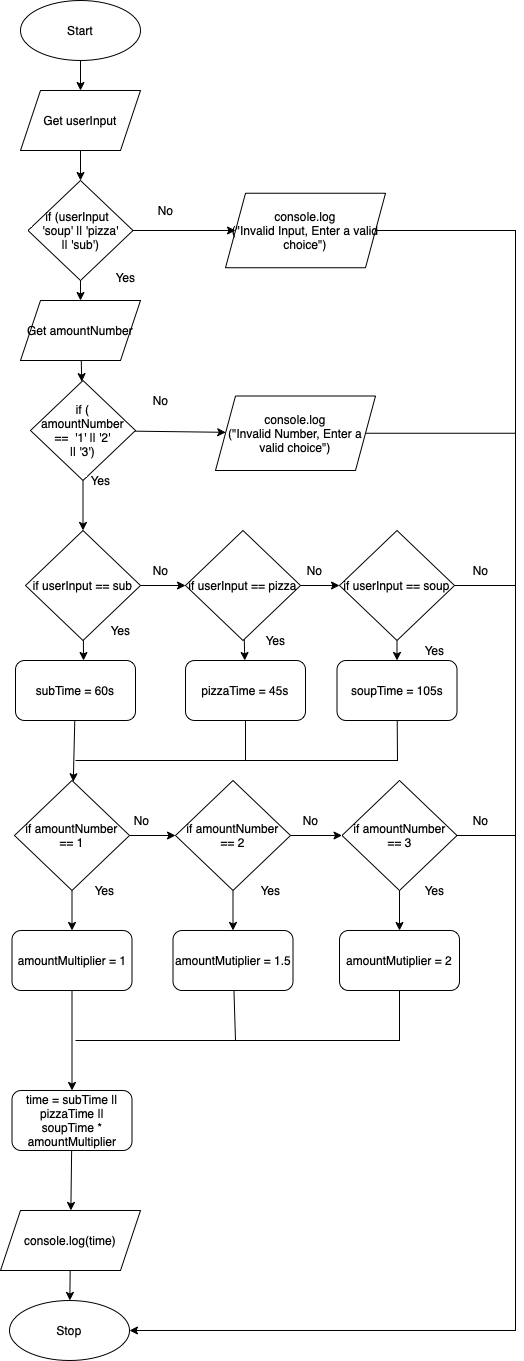
The draw.io diagram Drawio/Flowchart.png in JacksonNaufal/ics4u-unit1-04-typescript, before a commit. Source tidied: cells renumbered, new cells last; positions are measured from the earlier drawing's top-left corner, leaving out a move shared by most shapes.
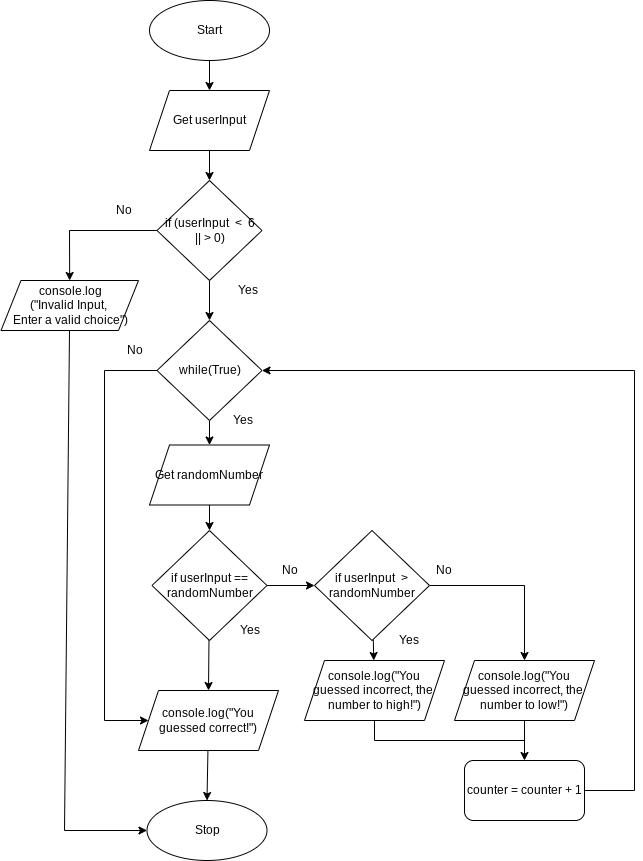
After the commit.

Diff of the diagram source:
```diff
@@ -9,7 +9,7 @@
       <mxGeometry x="20" width="120" height="60" as="geometry" />
     </mxCell>
     <mxCell id="4" value="Stop" style="ellipse;whiteSpace=wrap;html=1;" parent="1" vertex="1">
-      <mxGeometry x="9" y="1300" width="120" height="60" as="geometry" />
+      <mxGeometry x="17.5" y="800" width="120" height="60" as="geometry" />
     </mxCell>
     <mxCell id="5" style="edgeStyle=none;html=1;" parent="1" edge="1" source="6" target="11">
       <mxGeometry relative="1" as="geometry" />
@@ -17,125 +17,71 @@
     <mxCell id="6" value="Get userInput" style="shape=parallelogram;perimeter=parallelogramPerimeter;whiteSpace=wrap;html=1;fixedSize=1;" parent="1" vertex="1">
       <mxGeometry x="20" y="90" width="120" height="60" as="geometry" />
     </mxCell>
-    <mxCell id="7" style="edgeStyle=none;html=1;" parent="1" edge="1" source="8" target="4">
-      <mxGeometry relative="1" as="geometry" />
-    </mxCell>
-    <mxCell id="8" value="console.log(time)" style="shape=parallelogram;perimeter=parallelogramPerimeter;whiteSpace=wrap;html=1;fixedSize=1;" parent="1" vertex="1">
-      <mxGeometry y="1210" width="140" height="60" as="geometry" />
-    </mxCell>
+    <mxCell id="69" style="edgeStyle=none;html=1;entryX=0.5;entryY=0;entryDx=0;entryDy=0;" parent="1" edge="1" source="11" target="25">
+      <mxGeometry relative="1" as="geometry" />
+    </mxCell>
-    <mxCell id="9" style="edgeStyle=none;rounded=0;html=1;fontSize=10;" parent="1" edge="1" source="11" target="16">
-      <mxGeometry relative="1" as="geometry" />
+    <mxCell id="9" style="edgeStyle=none;rounded=0;html=1;" parent="1" edge="1" source="11" target="16">
+      <mxGeometry relative="1" as="geometry">
+        <Array as="points">
+          <mxPoint x="-60" y="230" />
+        </Array>
+      </mxGeometry>
     </mxCell>
-    <mxCell id="10" style="edgeStyle=none;html=1;" parent="1" edge="1" source="11" target="22">
-      <mxGeometry relative="1" as="geometry" />
-    </mxCell>
-    <mxCell id="11" value="if (userInput&amp;nbsp; &lt;br&gt;'soup' || 'pizza'&lt;br&gt;|| 'sub')" style="rhombus;whiteSpace=wrap;html=1;" parent="1" vertex="1">
+    <mxCell id="11" value="if (userInput&amp;nbsp; &amp;lt;&amp;nbsp; 6&lt;br&gt;|| &amp;gt; 0)" style="rhombus;whiteSpace=wrap;html=1;" parent="1" vertex="1">
       <mxGeometry x="27.5" y="180" width="105" height="100" as="geometry" />
     </mxCell>
     <mxCell id="12" style="edgeStyle=none;html=1;" parent="1" edge="1" source="14" target="32">
       <mxGeometry relative="1" as="geometry" />
     </mxCell>
-    <mxCell id="13" style="edgeStyle=none;html=1;entryX=0.567;entryY=0;entryDx=0;entryDy=0;entryPerimeter=0;" parent="1" edge="1" source="14" target="18">
-      <mxGeometry relative="1" as="geometry" />
-    </mxCell>
+    <mxCell id="70" style="edgeStyle=none;html=1;entryX=0.5;entryY=0;entryDx=0;entryDy=0;" parent="1" edge="1" source="14" target="78">
+      <mxGeometry relative="1" as="geometry" />
+    </mxCell>
-    <mxCell id="14" value="if userInput == sub" style="rhombus;whiteSpace=wrap;html=1;" parent="1" vertex="1">
-      <mxGeometry x="25" y="530" width="115" height="110" as="geometry" />
+    <mxCell id="14" value="if userInput == randomNumber" style="rhombus;whiteSpace=wrap;html=1;" parent="1" vertex="1">
+      <mxGeometry x="22.5" y="530" width="115" height="110" as="geometry" />
     </mxCell>
-    <mxCell id="15" style="edgeStyle=none;rounded=0;html=1;entryX=1;entryY=0.5;entryDx=0;entryDy=0;fontSize=10;" parent="1" edge="1" source="16" target="4">
+    <mxCell id="15" style="edgeStyle=none;rounded=0;html=1;entryX=0;entryY=0.5;entryDx=0;entryDy=0;endArrow=classic;endFill=1;" parent="1" edge="1" source="16" target="4">
       <mxGeometry relative="1" as="geometry">
         <Array as="points">
-          <mxPoint x="515" y="230" />
-          <mxPoint x="515" y="370" />
-          <mxPoint x="515" y="1330" />
+          <mxPoint x="-65" y="830" />
         </Array>
       </mxGeometry>
     </mxCell>
-    <mxCell id="16" value="console.log&lt;br&gt;(&quot;Invalid Input, Enter a valid choice&quot;)" style="shape=parallelogram;perimeter=parallelogramPerimeter;whiteSpace=wrap;html=1;fixedSize=1;" parent="1" vertex="1">
-      <mxGeometry x="225" y="192.8" width="160" height="74.5" as="geometry" />
+    <mxCell id="16" value="console.log&lt;br&gt;(&quot;Invalid Input, &lt;br&gt;Enter a valid choice&quot;)" style="shape=parallelogram;perimeter=parallelogramPerimeter;whiteSpace=wrap;html=1;fixedSize=1;" parent="1" vertex="1">
+      <mxGeometry x="-128.5" y="280" width="137.5" height="50" as="geometry" />
     </mxCell>
-    <mxCell id="17" style="edgeStyle=none;html=1;" parent="1" edge="1" source="18" target="47">
-      <mxGeometry relative="1" as="geometry" />
-    </mxCell>
-    <mxCell id="18" value="subTime = 60s" style="rounded=1;whiteSpace=wrap;html=1;" parent="1" vertex="1">
-      <mxGeometry x="15" y="660" width="120" height="60" as="geometry" />
-    </mxCell>
     <mxCell id="19" value="&lt;span style=&quot;font-size: 12px&quot;&gt;No&lt;/span&gt;" style="text;html=1;align=center;verticalAlign=middle;strokeColor=none;fillColor=none;fontSize=10;" parent="1" vertex="1">
-      <mxGeometry x="150" y="200" width="30" height="20" as="geometry" />
+      <mxGeometry x="-21" y="200" width="30" height="20" as="geometry" />
     </mxCell>
-    <mxCell id="20" value="&lt;font style=&quot;font-size: 12px&quot;&gt;Yes&lt;/font&gt;" style="text;html=1;align=center;verticalAlign=middle;strokeColor=none;fillColor=none;fontSize=10;" parent="1" vertex="1">
-      <mxGeometry x="80" y="470" width="40" height="20" as="geometry" />
-    </mxCell>
-    <mxCell id="21" style="edgeStyle=none;html=1;" parent="1" edge="1" source="22" target="25">
-      <mxGeometry relative="1" as="geometry" />
-    </mxCell>
-    <mxCell id="22" value="Get amountNumber" style="shape=parallelogram;perimeter=parallelogramPerimeter;whiteSpace=wrap;html=1;fixedSize=1;" parent="1" vertex="1">
-      <mxGeometry x="20" y="300" width="120" height="60" as="geometry" />
-    </mxCell>
-    <mxCell id="23" style="edgeStyle=none;html=1;" parent="1" edge="1" source="25" target="28">
-      <mxGeometry relative="1" as="geometry" />
-    </mxCell>
-    <mxCell id="24" style="edgeStyle=none;html=1;entryX=0.5;entryY=0;entryDx=0;entryDy=0;endArrow=classic;endFill=1;" parent="1" edge="1" source="25" target="14">
-      <mxGeometry relative="1" as="geometry" />
-    </mxCell>
+    <mxCell id="71" style="edgeStyle=none;html=1;" parent="1" edge="1" source="25" target="76">
+      <mxGeometry relative="1" as="geometry" />
+    </mxCell>
+    <mxCell id="72" style="edgeStyle=none;rounded=0;html=1;entryX=0;entryY=0.5;entryDx=0;entryDy=0;endArrow=classic;endFill=1;" parent="1" edge="1" source="25" target="78">
+      <mxGeometry relative="1" as="geometry">
+        <Array as="points">
+          <mxPoint x="-25" y="370" />
+          <mxPoint x="-25" y="720" />
+        </Array>
+      </mxGeometry>
+    </mxCell>
-    <mxCell id="25" value="if (&lt;br&gt;amountNumber&lt;br&gt;==&amp;nbsp; '1' || '2'&lt;br&gt;|| '3')" style="rhombus;whiteSpace=wrap;html=1;" parent="1" vertex="1">
-      <mxGeometry x="30" y="380" width="105" height="100" as="geometry" />
+    <mxCell id="25" value="while(True)" style="rhombus;whiteSpace=wrap;html=1;" parent="1" vertex="1">
+      <mxGeometry x="27.5" y="320" width="105" height="100" as="geometry" />
     </mxCell>
-    <mxCell id="26" value="&lt;span style=&quot;font-size: 12px&quot;&gt;No&lt;/span&gt;" style="text;html=1;align=center;verticalAlign=middle;strokeColor=none;fillColor=none;fontSize=10;" parent="1" vertex="1">
-      <mxGeometry x="145" y="390" width="30" height="20" as="geometry" />
-    </mxCell>
-    <mxCell id="27" style="edgeStyle=none;html=1;endArrow=none;endFill=0;" parent="1" edge="1" source="28">
-      <mxGeometry relative="1" as="geometry">
-        <mxPoint x="515" y="432.8" as="targetPoint" />
-      </mxGeometry>
-    </mxCell>
-    <mxCell id="28" value="console.log&lt;br&gt;(&quot;Invalid Number, Enter a valid choice&quot;)" style="shape=parallelogram;perimeter=parallelogramPerimeter;whiteSpace=wrap;html=1;fixedSize=1;" parent="1" vertex="1">
-      <mxGeometry x="215" y="395.5" width="160" height="74.5" as="geometry" />
-    </mxCell>
     <mxCell id="29" value="&lt;font style=&quot;font-size: 12px&quot;&gt;Yes&lt;/font&gt;" style="text;html=1;align=center;verticalAlign=middle;strokeColor=none;fillColor=none;fontSize=10;" parent="1" vertex="1">
-      <mxGeometry x="105" y="267.2" width="40" height="20" as="geometry" />
+      <mxGeometry x="92.5" y="410" width="40" height="20" as="geometry" />
     </mxCell>
-    <mxCell id="30" style="edgeStyle=none;html=1;" parent="1" edge="1" source="32" target="39">
-      <mxGeometry relative="1" as="geometry" />
-    </mxCell>
-    <mxCell id="31" style="edgeStyle=none;html=1;" parent="1" edge="1" source="32" target="34">
-      <mxGeometry relative="1" as="geometry" />
-    </mxCell>
+    <mxCell id="73" style="edgeStyle=none;html=1;entryX=0.5;entryY=0;entryDx=0;entryDy=0;rounded=0;" parent="1" edge="1" source="32" target="80">
+      <mxGeometry relative="1" as="geometry">
+        <Array as="points">
+          <mxPoint x="395" y="585" />
+        </Array>
+      </mxGeometry>
+    </mxCell>
+    <mxCell id="74" style="edgeStyle=none;rounded=0;html=1;" parent="1" edge="1" source="32" target="82">
+      <mxGeometry relative="1" as="geometry" />
+    </mxCell>
-    <mxCell id="32" value="if userInput == pizza" style="rhombus;whiteSpace=wrap;html=1;" parent="1" vertex="1">
+    <mxCell id="32" value="if userInput&amp;nbsp; &amp;gt; randomNumber" style="rhombus;whiteSpace=wrap;html=1;" parent="1" vertex="1">
       <mxGeometry x="185" y="530" width="115" height="110" as="geometry" />
     </mxCell>
-    <mxCell id="33" style="edgeStyle=none;html=1;rounded=0;endArrow=none;endFill=0;" parent="1" edge="1" source="34">
-      <mxGeometry relative="1" as="geometry">
-        <mxPoint x="75" y="760" as="targetPoint" />
-        <Array as="points">
-          <mxPoint x="245" y="760" />
-        </Array>
-      </mxGeometry>
-    </mxCell>
-    <mxCell id="34" value="pizzaTime = 45s" style="rounded=1;whiteSpace=wrap;html=1;" parent="1" vertex="1">
-      <mxGeometry x="185" y="660" width="120" height="60" as="geometry" />
-    </mxCell>
-    <mxCell id="35" style="edgeStyle=none;html=1;rounded=0;endArrow=none;endFill=0;" parent="1" edge="1" source="36">
-      <mxGeometry relative="1" as="geometry">
-        <mxPoint x="245" y="760" as="targetPoint" />
-        <Array as="points">
-          <mxPoint x="397" y="760" />
-        </Array>
-      </mxGeometry>
-    </mxCell>
-    <mxCell id="36" value="soupTime = 105s" style="rounded=1;whiteSpace=wrap;html=1;" parent="1" vertex="1">
-      <mxGeometry x="336.5" y="660" width="120" height="60" as="geometry" />
-    </mxCell>
-    <mxCell id="37" style="edgeStyle=none;html=1;" parent="1" edge="1" source="39" target="36">
-      <mxGeometry relative="1" as="geometry" />
-    </mxCell>
-    <mxCell id="38" style="edgeStyle=none;rounded=0;html=1;endArrow=none;endFill=0;" parent="1" edge="1" source="39">
-      <mxGeometry relative="1" as="geometry">
-        <mxPoint x="515" y="585" as="targetPoint" />
-      </mxGeometry>
-    </mxCell>
-    <mxCell id="39" value="if userInput == soup" style="rhombus;whiteSpace=wrap;html=1;" parent="1" vertex="1">
-      <mxGeometry x="339" y="530" width="115" height="110" as="geometry" />
-    </mxCell>
     <mxCell id="40" value="&lt;font style=&quot;font-size: 12px&quot;&gt;Yes&lt;/font&gt;" style="text;html=1;align=center;verticalAlign=middle;strokeColor=none;fillColor=none;fontSize=10;" parent="1" vertex="1">
       <mxGeometry x="100" y="620" width="40" height="20" as="geometry" />
     </mxCell>
@@ -146,94 +92,53 @@
       <mxGeometry x="299" y="560" width="30" height="20" as="geometry" />
     </mxCell>
     <mxCell id="43" value="&lt;font style=&quot;font-size: 12px&quot;&gt;Yes&lt;/font&gt;" style="text;html=1;align=center;verticalAlign=middle;strokeColor=none;fillColor=none;fontSize=10;" parent="1" vertex="1">
-      <mxGeometry x="255" y="630" width="40" height="20" as="geometry" />
+      <mxGeometry x="259" y="630" width="40" height="20" as="geometry" />
     </mxCell>
-    <mxCell id="44" value="&lt;font style=&quot;font-size: 12px&quot;&gt;Yes&lt;/font&gt;" style="text;html=1;align=center;verticalAlign=middle;strokeColor=none;fillColor=none;fontSize=10;" parent="1" vertex="1">
-      <mxGeometry x="414" y="640" width="40" height="20" as="geometry" />
-    </mxCell>
-    <mxCell id="45" style="edgeStyle=none;rounded=0;html=1;endArrow=classic;endFill=1;" parent="1" edge="1" source="47" target="50">
-      <mxGeometry relative="1" as="geometry" />
-    </mxCell>
-    <mxCell id="46" style="edgeStyle=none;rounded=0;html=1;endArrow=classic;endFill=1;" parent="1" edge="1" source="47" target="61">
-      <mxGeometry relative="1" as="geometry" />
-    </mxCell>
-    <mxCell id="47" value="if amountNumber &lt;br&gt;== 1" style="rhombus;whiteSpace=wrap;html=1;" parent="1" vertex="1">
-      <mxGeometry x="14" y="780" width="115" height="110" as="geometry" />
-    </mxCell>
-    <mxCell id="48" style="edgeStyle=none;rounded=0;html=1;endArrow=classic;endFill=1;" parent="1" edge="1" source="50" target="53">
-      <mxGeometry relative="1" as="geometry" />
-    </mxCell>
-    <mxCell id="49" style="edgeStyle=none;rounded=0;html=1;endArrow=classic;endFill=1;" parent="1" edge="1" source="50" target="63">
-      <mxGeometry relative="1" as="geometry" />
-    </mxCell>
-    <mxCell id="50" value="if amountNumber &lt;br&gt;== 2" style="rhombus;whiteSpace=wrap;html=1;" parent="1" vertex="1">
-      <mxGeometry x="175" y="780" width="115" height="110" as="geometry" />
-    </mxCell>
-    <mxCell id="51" style="edgeStyle=none;rounded=0;html=1;endArrow=none;endFill=0;" parent="1" edge="1" source="53">
-      <mxGeometry relative="1" as="geometry">
-        <mxPoint x="515" y="835" as="targetPoint" />
-      </mxGeometry>
-    </mxCell>
-    <mxCell id="52" style="edgeStyle=none;rounded=0;html=1;endArrow=classic;endFill=1;" parent="1" edge="1" source="53" target="65">
-      <mxGeometry relative="1" as="geometry" />
-    </mxCell>
-    <mxCell id="53" value="if amountNumber &lt;br&gt;== 3" style="rhombus;whiteSpace=wrap;html=1;" parent="1" vertex="1">
-      <mxGeometry x="341.5" y="780" width="115" height="110" as="geometry" />
-    </mxCell>
-    <mxCell id="54" value="&lt;font style=&quot;font-size: 12px&quot;&gt;Yes&lt;/font&gt;" style="text;html=1;align=center;verticalAlign=middle;strokeColor=none;fillColor=none;fontSize=10;" parent="1" vertex="1">
-      <mxGeometry x="84" y="880" width="40" height="20" as="geometry" />
-    </mxCell>
-    <mxCell id="55" value="&lt;font style=&quot;font-size: 12px&quot;&gt;Yes&lt;/font&gt;" style="text;html=1;align=center;verticalAlign=middle;strokeColor=none;fillColor=none;fontSize=10;" parent="1" vertex="1">
-      <mxGeometry x="250" y="880" width="40" height="20" as="geometry" />
-    </mxCell>
-    <mxCell id="56" value="&lt;font style=&quot;font-size: 12px&quot;&gt;Yes&lt;/font&gt;" style="text;html=1;align=center;verticalAlign=middle;strokeColor=none;fillColor=none;fontSize=10;" parent="1" vertex="1">
-      <mxGeometry x="414" y="880" width="40" height="20" as="geometry" />
-    </mxCell>
-    <mxCell id="57" value="&lt;span style=&quot;font-size: 12px&quot;&gt;No&lt;/span&gt;" style="text;html=1;align=center;verticalAlign=middle;strokeColor=none;fillColor=none;fontSize=10;" parent="1" vertex="1">
-      <mxGeometry x="126.2" y="810" width="30" height="20" as="geometry" />
-    </mxCell>
-    <mxCell id="58" value="&lt;span style=&quot;font-size: 12px&quot;&gt;No&lt;/span&gt;" style="text;html=1;align=center;verticalAlign=middle;strokeColor=none;fillColor=none;fontSize=10;" parent="1" vertex="1">
-      <mxGeometry x="295" y="810" width="30" height="20" as="geometry" />
-    </mxCell>
-    <mxCell id="59" value="&lt;span style=&quot;font-size: 12px&quot;&gt;No&lt;/span&gt;" style="text;html=1;align=center;verticalAlign=middle;strokeColor=none;fillColor=none;fontSize=10;" parent="1" vertex="1">
-      <mxGeometry x="465" y="810" width="30" height="20" as="geometry" />
-    </mxCell>
-    <mxCell id="60" style="edgeStyle=none;rounded=0;html=1;endArrow=classic;endFill=1;" parent="1" edge="1" source="61" target="67">
-      <mxGeometry relative="1" as="geometry" />
-    </mxCell>
-    <mxCell id="61" value="amountMultiplier = 1" style="rounded=1;whiteSpace=wrap;html=1;" parent="1" vertex="1">
-      <mxGeometry x="11.5" y="930" width="120" height="60" as="geometry" />
-    </mxCell>
-    <mxCell id="62" style="edgeStyle=none;rounded=0;html=1;endArrow=none;endFill=0;" parent="1" edge="1" source="63">
-      <mxGeometry relative="1" as="geometry">
-        <mxPoint x="75" y="1040" as="targetPoint" />
-        <Array as="points">
-          <mxPoint x="235" y="1040" />
-        </Array>
-      </mxGeometry>
-    </mxCell>
-    <mxCell id="63" value="amountMutiplier = 1.5" style="rounded=1;whiteSpace=wrap;html=1;" parent="1" vertex="1">
-      <mxGeometry x="172.5" y="930" width="120" height="60" as="geometry" />
-    </mxCell>
-    <mxCell id="64" style="edgeStyle=none;rounded=0;html=1;endArrow=none;endFill=0;" parent="1" edge="1" source="65">
-      <mxGeometry relative="1" as="geometry">
-        <mxPoint x="235" y="1040" as="targetPoint" />
-        <Array as="points">
-          <mxPoint x="399" y="1040" />
-        </Array>
-      </mxGeometry>
-    </mxCell>
-    <mxCell id="65" value="amountMutiplier = 2" style="rounded=1;whiteSpace=wrap;html=1;" parent="1" vertex="1">
-      <mxGeometry x="339" y="930" width="120" height="60" as="geometry" />
-    </mxCell>
-    <mxCell id="66" style="edgeStyle=none;rounded=0;html=1;endArrow=classic;endFill=1;" parent="1" edge="1" source="67" target="8">
-      <mxGeometry relative="1" as="geometry" />
-    </mxCell>
-    <mxCell id="67" value="time = subTime || pizzaTime || soupTime * amountMultiplier" style="rounded=1;whiteSpace=wrap;html=1;" parent="1" vertex="1">
-      <mxGeometry x="11.5" y="1090" width="120" height="60" as="geometry" />
-    </mxCell>
-    <mxCell id="68" value="&lt;span style=&quot;font-size: 12px&quot;&gt;No&lt;/span&gt;" style="text;html=1;align=center;verticalAlign=middle;strokeColor=none;fillColor=none;fontSize=10;" parent="1" vertex="1">
-      <mxGeometry x="465" y="560" width="30" height="20" as="geometry" />
-    </mxCell>
+    <mxCell id="75" style="edgeStyle=none;html=1;entryX=0.5;entryY=0;entryDx=0;entryDy=0;" parent="1" edge="1" source="76" target="14">
+      <mxGeometry relative="1" as="geometry" />
+    </mxCell>
+    <mxCell id="76" value="Get randomNumber" style="shape=parallelogram;perimeter=parallelogramPerimeter;whiteSpace=wrap;html=1;fixedSize=1;" parent="1" vertex="1">
+      <mxGeometry x="20" y="444.5" width="120" height="60" as="geometry" />
+    </mxCell>
+    <mxCell id="77" style="edgeStyle=none;html=1;entryX=0.5;entryY=0;entryDx=0;entryDy=0;" parent="1" edge="1" source="78" target="4">
+      <mxGeometry relative="1" as="geometry" />
+    </mxCell>
+    <mxCell id="78" value="console.log(&quot;You guessed correct!&quot;)" style="shape=parallelogram;perimeter=parallelogramPerimeter;whiteSpace=wrap;html=1;fixedSize=1;" parent="1" vertex="1">
+      <mxGeometry x="9" y="690" width="140" height="60" as="geometry" />
+    </mxCell>
+    <mxCell id="79" style="edgeStyle=none;rounded=0;html=1;" parent="1" edge="1" source="80" target="86">
+      <mxGeometry relative="1" as="geometry" />
+    </mxCell>
+    <mxCell id="80" value="console.log(&quot;You guessed incorrect, the&amp;nbsp; number to low!&quot;)" style="shape=parallelogram;perimeter=parallelogramPerimeter;whiteSpace=wrap;html=1;fixedSize=1;" parent="1" vertex="1">
+      <mxGeometry x="325" y="660" width="140" height="60" as="geometry" />
+    </mxCell>
+    <mxCell id="81" style="edgeStyle=none;rounded=0;html=1;endArrow=none;endFill=0;" parent="1" edge="1" source="82">
+      <mxGeometry relative="1" as="geometry">
+        <mxPoint x="395" y="740" as="targetPoint" />
+        <Array as="points">
+          <mxPoint x="245" y="740" />
+        </Array>
+      </mxGeometry>
+    </mxCell>
+    <mxCell id="82" value="console.log(&quot;You guessed incorrect, the&amp;nbsp; number to high!&quot;)" style="shape=parallelogram;perimeter=parallelogramPerimeter;whiteSpace=wrap;html=1;fixedSize=1;" parent="1" vertex="1">
+      <mxGeometry x="175" y="660" width="140" height="60" as="geometry" />
+    </mxCell>
+    <mxCell id="83" value="&lt;span style=&quot;font-size: 12px&quot;&gt;No&lt;/span&gt;" style="text;html=1;align=center;verticalAlign=middle;strokeColor=none;fillColor=none;fontSize=10;" parent="1" vertex="1">
+      <mxGeometry x="-10" y="340" width="30" height="20" as="geometry" />
+    </mxCell>
+    <mxCell id="84" value="&lt;font style=&quot;font-size: 12px&quot;&gt;Yes&lt;/font&gt;" style="text;html=1;align=center;verticalAlign=middle;strokeColor=none;fillColor=none;fontSize=10;" parent="1" vertex="1">
+      <mxGeometry x="97.5" y="280" width="40" height="20" as="geometry" />
+    </mxCell>
+    <mxCell id="85" style="edgeStyle=none;rounded=0;html=1;entryX=1;entryY=0.5;entryDx=0;entryDy=0;endArrow=classic;endFill=1;exitX=1;exitY=0.5;exitDx=0;exitDy=0;" parent="1" edge="1" source="86" target="25">
+      <mxGeometry relative="1" as="geometry">
+        <Array as="points">
+          <mxPoint x="505" y="790" />
+          <mxPoint x="505" y="370" />
+        </Array>
+      </mxGeometry>
+    </mxCell>
+    <mxCell id="86" value="counter = counter + 1" style="rounded=1;whiteSpace=wrap;html=1;" parent="1" vertex="1">
+      <mxGeometry x="335" y="760" width="120" height="60" as="geometry" />
+    </mxCell>
   </root>
 </mxGraphModel>
```
